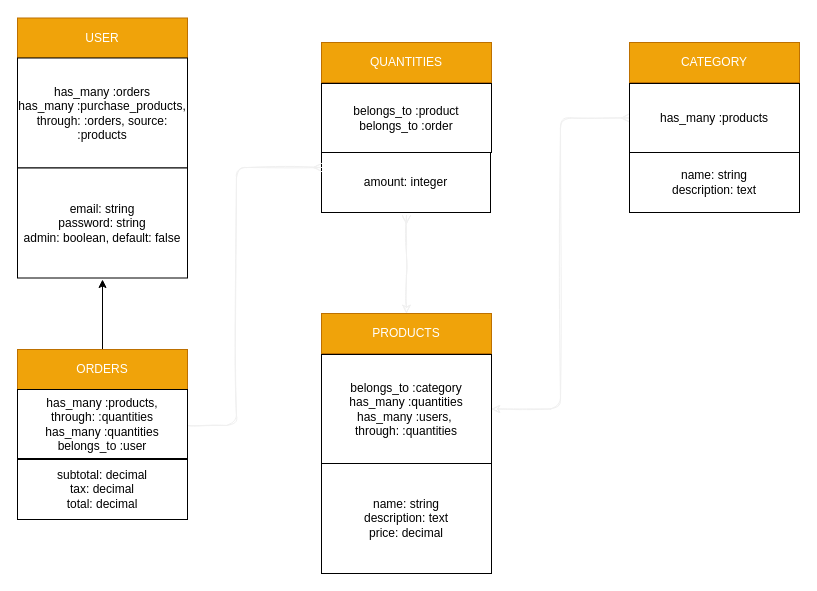
Above: store_table.drawio in redebron20/mumshie-online-store (draw.io), before the change. Source tidied: cells renumbered, new cells numbered last; positions are measured from the earlier drawing's top-left corner, leaving out a move shared by most shapes. Both pictures are drawn from the tidied source at 100%, with x=0, y=0 at pixel (17, 18).
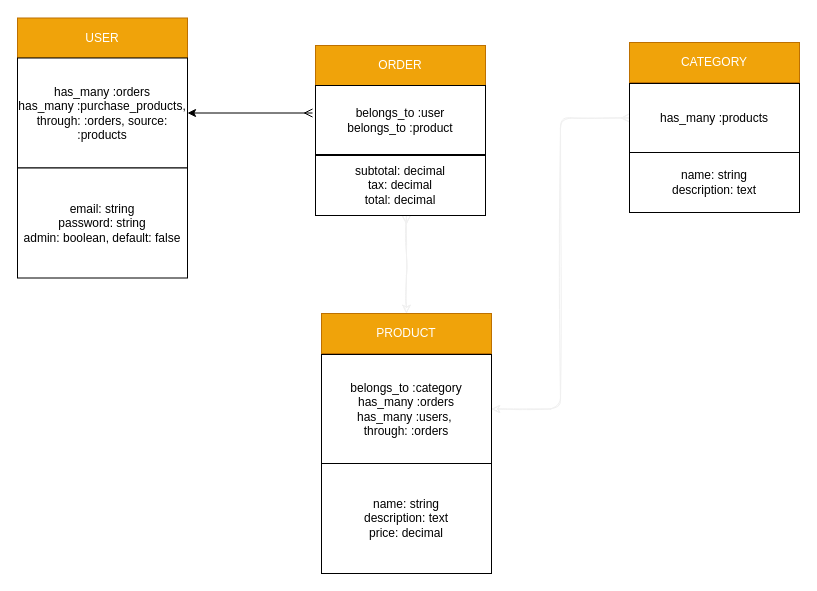
After the change.

The change refers to these unchanged cells:
```xml
<mxCell id="3" value="has_many :orders&lt;br&gt;has_many :purchase_products, &lt;br&gt;through: :orders, source: :products&lt;br&gt;" style="whiteSpace=wrap;html=1;rounded=0;" parent="1" vertex="1">
  <mxGeometry y="39.5" width="170" height="110" as="geometry" />
</mxCell>
```

Change to the diagram source:
```diff
@@
+    <mxCell id="21" style="edgeStyle=orthogonalEdgeStyle;rounded=0;jettySize=auto;html=1;endArrow=ERmany;endFill=0;startArrow=classic;startFill=1;" parent="1" edge="1" source="3">
+      <mxGeometry relative="1" as="geometry">
+        <mxPoint x="295" y="94.5" as="targetPoint" />
+      </mxGeometry>
+    </mxCell>
@@
-    <mxCell id="6" value="PRODUCTS" style="whiteSpace=wrap;html=1;rounded=0;fillColor=#f0a30a;strokeColor=#BD7000;fontColor=#ffffff;" parent="1" vertex="1">
+    <mxCell id="6" value="PRODUCT" style="whiteSpace=wrap;html=1;rounded=0;fillColor=#f0a30a;strokeColor=#BD7000;fontColor=#ffffff;" parent="1" vertex="1">
       <mxGeometry x="304" y="295" width="170" height="40" as="geometry" />
     </mxCell>
@@
-    <mxCell id="9" value="belongs_to :category&lt;br&gt;has_many :quantities&lt;br&gt;has_many :users,&amp;nbsp;&lt;br&gt;through: :quantities" style="whiteSpace=wrap;html=1;rounded=0;" parent="1" vertex="1">
+    <mxCell id="9" value="belongs_to :category&lt;br&gt;has_many :orders&lt;br&gt;has_many :users,&amp;nbsp;&lt;br&gt;through: :orders" style="whiteSpace=wrap;html=1;rounded=0;" parent="1" vertex="1">
       <mxGeometry x="304" y="336" width="170" height="109" as="geometry" />
     </mxCell>
@@
-    <mxCell id="13" value="QUANTITIES" style="whiteSpace=wrap;html=1;rounded=0;fillColor=#f0a30a;strokeColor=#BD7000;fontColor=#ffffff;" parent="1" vertex="1">
-      <mxGeometry x="304" y="24" width="170" height="40" as="geometry" />
-    </mxCell>
-    <mxCell id="14" value="amount: integer" style="whiteSpace=wrap;html=1;rounded=0;" parent="1" vertex="1">
-      <mxGeometry x="304" y="134" width="169" height="60" as="geometry" />
-    </mxCell>
-    <mxCell id="15" value="belongs_to :product&lt;br&gt;belongs_to :order" style="whiteSpace=wrap;html=1;rounded=0;" parent="1" vertex="1">
-      <mxGeometry x="304" y="65" width="170" height="69" as="geometry" />
-    </mxCell>
     <mxCell id="16" value="subtotal: decimal&lt;br&gt;tax: decimal&lt;br&gt;total: decimal" style="whiteSpace=wrap;html=1;rounded=0;" parent="1" vertex="1">
-      <mxGeometry y="441" width="170" height="60" as="geometry" />
+      <mxGeometry x="298" y="137" width="170" height="60" as="geometry" />
     </mxCell>
-    <mxCell id="17" style="edgeStyle=orthogonalEdgeStyle;rounded=0;jettySize=auto;html=1;" parent="1" edge="1" source="18">
-      <mxGeometry relative="1" as="geometry">
-        <mxPoint x="85" y="261" as="targetPoint" />
-      </mxGeometry>
-    </mxCell>
-    <mxCell id="18" value="ORDERS" style="whiteSpace=wrap;html=1;rounded=0;fillColor=#f0a30a;strokeColor=#BD7000;fontColor=#ffffff;" parent="1" vertex="1">
-      <mxGeometry y="331" width="170" height="40" as="geometry" />
+    <mxCell id="18" value="ORDER" style="whiteSpace=wrap;html=1;rounded=0;fillColor=#f0a30a;strokeColor=#BD7000;fontColor=#ffffff;" parent="1" vertex="1">
+      <mxGeometry x="298" y="27" width="170" height="40" as="geometry" />
     </mxCell>
-    <mxCell id="19" style="edgeStyle=orthogonalEdgeStyle;rounded=1;sketch=1;jumpSize=4;jettySize=auto;html=1;startArrow=none;startFill=0;endArrow=ERmany;endFill=0;strokeColor=#f0f0f0;entryX=0;entryY=0.25;entryDx=0;entryDy=0;" parent="1" edge="1" source="20" target="14">
-      <mxGeometry relative="1" as="geometry">
-        <Array as="points">
-          <mxPoint x="219" y="407" />
-          <mxPoint x="219" y="149" />
-        </Array>
-      </mxGeometry>
-    </mxCell>
-    <mxCell id="20" value="has_many :products,&lt;br&gt;through: :quantities&lt;br&gt;has_many :quantities&lt;br&gt;belongs_to :user" style="whiteSpace=wrap;html=1;rounded=0;" parent="1" vertex="1">
-      <mxGeometry y="371" width="170" height="69" as="geometry" />
+    <mxCell id="20" value="belongs_to :user&lt;br&gt;belongs_to :product&lt;br&gt;" style="whiteSpace=wrap;html=1;rounded=0;" parent="1" vertex="1">
+      <mxGeometry x="298" y="67" width="170" height="69" as="geometry" />
     </mxCell>
```
